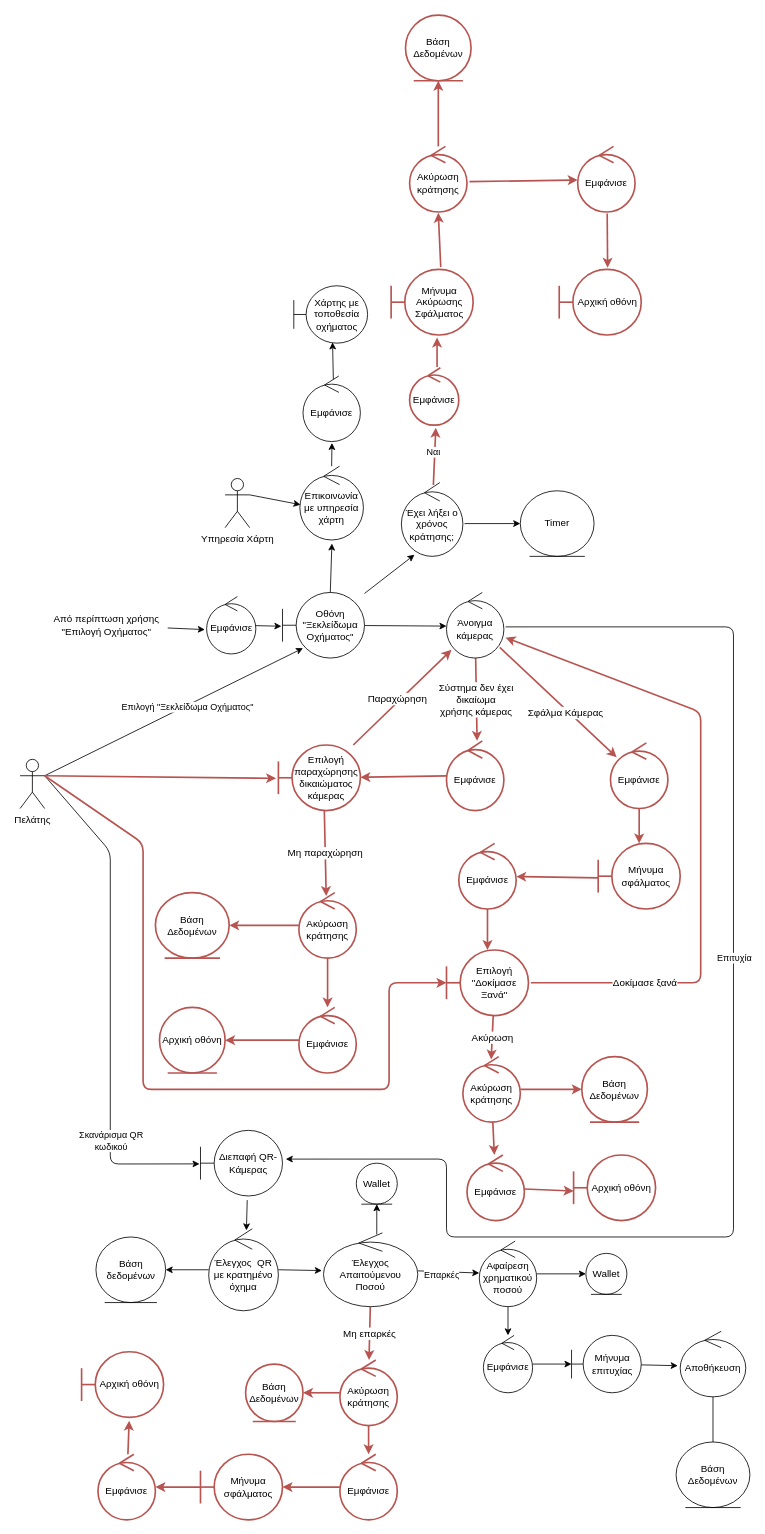
Earlier version of the draw.io diagram Part_2/Robustness/diagrams/02_Ξεκλείδωμα_Οχήματος.drawio (Nikolis2002/texnoligia_logismikou). Source tidied: cells renumbered, new cells numbered last; positions are measured from the earlier drawing's top-left corner, leaving out a move shared by most shapes. Both pictures are drawn from the tidied source at 82%, with x=0, y=0 at pixel (20, 15).
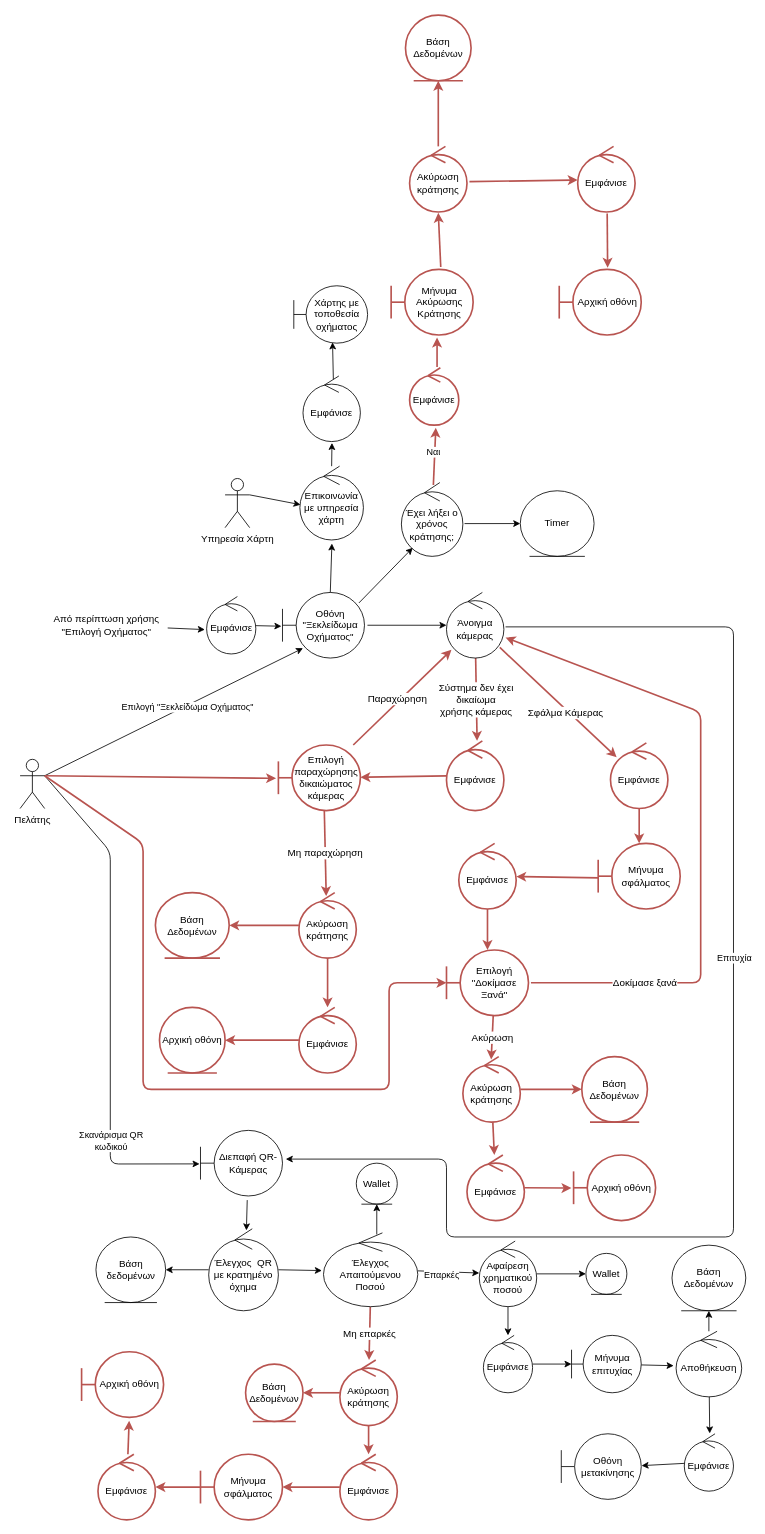
The same page after the edit.

Unchanged cells that the change refers to:
```xml
<mxCell id="8" value="Έχει λήξει ο χρόνος κράτησης;" style="ellipse;shape=umlControl;whiteSpace=wrap;html=1;" parent="1" vertex="1">
  <mxGeometry x="465" y="570" width="75" height="90" as="geometry" />
</mxCell>
<mxCell id="13" value="Άνοιγμα κάμερας" style="ellipse;shape=umlControl;whiteSpace=wrap;html=1;" parent="1" vertex="1">
  <mxGeometry x="520" y="704" width="70" height="80" as="geometry" />
</mxCell>
<mxCell id="65" value="Εμφάνισε" style="ellipse;shape=umlControl;whiteSpace=wrap;html=1;fillColor=none;strokeColor=#b85450;strokeWidth=2;" parent="1" vertex="1">
  <mxGeometry x="545" y="1390" width="70" height="80" as="geometry" />
</mxCell>
<mxCell id="68" value="Αρχική οθόνη" style="shape=umlBoundary;whiteSpace=wrap;html=1;fillColor=none;strokeColor=#b85450;strokeWidth=2;" parent="1" vertex="1">
  <mxGeometry x="675" y="1390" width="100" height="80" as="geometry" />
</mxCell>
<mxCell id="94" value="Οθόνη &quot;Ξεκλείδωμα Οχήματος&quot;" style="shape=umlBoundary;whiteSpace=wrap;html=1;" parent="1" vertex="1">
  <mxGeometry x="320" y="704" width="100" height="80" as="geometry" />
</mxCell>
```

The edit, as a diff of the source:
```diff
@@
+    <mxCell id="92" style="edgeStyle=none;html=1;exitX=1.036;exitY=0.5;exitDx=0;exitDy=0;exitPerimeter=0;" parent="1" edge="1" source="94" target="13">
+      <mxGeometry relative="1" as="geometry" />
+    </mxCell>
@@
+    <mxCell id="110" style="edgeStyle=none;html=1;entryX=0.517;entryY=-0.006;entryDx=0;entryDy=0;entryPerimeter=0;" parent="1" edge="1" source="28" target="112">
+      <mxGeometry relative="1" as="geometry" />
+    </mxCell>
     <mxCell id="28" value="Αποθήκευση" style="ellipse;shape=umlControl;whiteSpace=wrap;html=1;" parent="1" vertex="1">
-      <mxGeometry x="805" y="1605" width="80" height="80" as="geometry" />
+      <mxGeometry x="800" y="1605" width="80" height="80" as="geometry" />
     </mxCell>
@@
     <mxCell id="30" value="Βάση Δεδομένων" style="ellipse;shape=umlEntity;whiteSpace=wrap;html=1;" parent="1" vertex="1">
-      <mxGeometry x="800" y="1740" width="90" height="80" as="geometry" />
+      <mxGeometry x="795" y="1500" width="90" height="80" as="geometry" />
     </mxCell>
@@
-    <mxCell id="64" style="edgeStyle=none;html=1;endArrow=classic;endFill=1;entryX=0;entryY=0.55;entryDx=0;entryDy=0;entryPerimeter=0;fontSize=12;fillColor=none;strokeColor=#b85450;strokeWidth=2;" parent="1" edge="1" source="65" target="68">
+    <mxCell id="64" style="edgeStyle=none;html=1;endArrow=classic;endFill=1;entryX=-0.026;entryY=0.505;entryDx=0;entryDy=0;entryPerimeter=0;fontSize=12;fillColor=none;strokeColor=#b85450;strokeWidth=2;" parent="1" edge="1" source="65" target="68">
       <mxGeometry relative="1" as="geometry" />
     </mxCell>
@@
-    <mxCell id="80" value="Μήνυμα Ακύρωσης Σφάλματος" style="shape=umlBoundary;whiteSpace=wrap;html=1;fillColor=none;strokeColor=#b85450;strokeWidth=2;" parent="1" vertex="1">
+    <mxCell id="80" value="Μήνυμα Ακύρωσης Κράτησης" style="shape=umlBoundary;whiteSpace=wrap;html=1;fillColor=none;strokeColor=#b85450;strokeWidth=2;" parent="1" vertex="1">
       <mxGeometry x="452.5" y="310" width="100" height="80" as="geometry" />
     </mxCell>
@@
-    <mxCell id="91" style="edgeStyle=none;html=1;entryX=0.213;entryY=0.978;entryDx=0;entryDy=0;entryPerimeter=0;" parent="1" edge="1" source="94" target="8">
+    <mxCell id="91" style="edgeStyle=none;html=1;entryX=0.184;entryY=0.884;entryDx=0;entryDy=0;entryPerimeter=0;exitX=0.932;exitY=0.16;exitDx=0;exitDy=0;exitPerimeter=0;" parent="1" edge="1" source="94" target="8">
       <mxGeometry relative="1" as="geometry" />
     </mxCell>
-    <mxCell id="92" style="edgeStyle=none;html=1;entryX=0;entryY=0.513;entryDx=0;entryDy=0;entryPerimeter=0;" parent="1" edge="1" source="94" target="13">
-      <mxGeometry relative="1" as="geometry" />
-    </mxCell>
@@
+    <mxCell id="111" style="edgeStyle=none;html=1;entryX=1.004;entryY=0.486;entryDx=0;entryDy=0;entryPerimeter=0;" parent="1" edge="1" source="112" target="113">
+      <mxGeometry relative="1" as="geometry" />
+    </mxCell>
+    <mxCell id="112" value="Εμφάνισε" style="ellipse;shape=umlControl;whiteSpace=wrap;html=1;" parent="1" vertex="1">
+      <mxGeometry x="810" y="1730" width="60" height="70" as="geometry" />
+    </mxCell>
+    <mxCell id="113" value="Οθόνη μετακίνησης" style="shape=umlBoundary;whiteSpace=wrap;html=1;" parent="1" vertex="1">
+      <mxGeometry x="660" y="1730" width="97.5" height="80" as="geometry" />
+    </mxCell>
```
